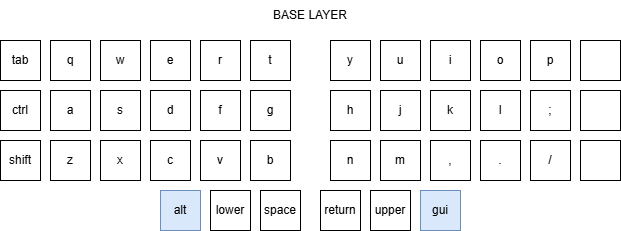
Before: Laybout.png, a diagram exported from draw.io (nlarsen31/zmk-config). Source tidied: cells renumbered, new cells last; positions are measured from the earlier drawing's top-left corner, leaving out a move shared by most shapes.
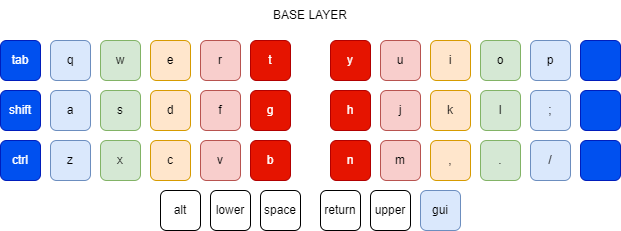
Later version of the same file.

Diff of the diagram source:
```diff
@@ -2,133 +2,133 @@
   <root>
     <mxCell id="0" />
     <mxCell id="1" parent="0" />
-    <mxCell id="2" value="tab" style="rounded=0;whiteSpace=wrap;html=1;" parent="1" vertex="1">
+    <mxCell id="2" value="tab" style="rounded=1;whiteSpace=wrap;html=1;fillColor=#0050ef;strokeColor=#001DBC;glass=0;shadow=0;fontColor=#ffffff;" parent="1" vertex="1">
       <mxGeometry y="40" width="40" height="40" as="geometry" />
     </mxCell>
-    <mxCell id="3" value="q" style="rounded=0;whiteSpace=wrap;html=1;" parent="1" vertex="1">
+    <mxCell id="3" value="q" style="rounded=1;whiteSpace=wrap;html=1;fillColor=#dae8fc;strokeColor=#6c8ebf;" parent="1" vertex="1">
       <mxGeometry x="50" y="40" width="40" height="40" as="geometry" />
     </mxCell>
-    <mxCell id="4" value="w" style="rounded=0;whiteSpace=wrap;html=1;" parent="1" vertex="1">
+    <mxCell id="4" value="w" style="rounded=1;whiteSpace=wrap;html=1;fillColor=#d5e8d4;strokeColor=#82b366;" parent="1" vertex="1">
       <mxGeometry x="100" y="40" width="40" height="40" as="geometry" />
     </mxCell>
-    <mxCell id="5" value="e" style="rounded=0;whiteSpace=wrap;html=1;" parent="1" vertex="1">
+    <mxCell id="5" value="e" style="rounded=1;whiteSpace=wrap;html=1;fillColor=#ffe6cc;strokeColor=#d79b00;" parent="1" vertex="1">
       <mxGeometry x="150" y="40" width="40" height="40" as="geometry" />
     </mxCell>
-    <mxCell id="6" value="r" style="rounded=0;whiteSpace=wrap;html=1;" parent="1" vertex="1">
+    <mxCell id="6" value="r" style="rounded=1;whiteSpace=wrap;html=1;fillColor=#f8cecc;strokeColor=#b85450;" parent="1" vertex="1">
       <mxGeometry x="200" y="40" width="40" height="40" as="geometry" />
     </mxCell>
-    <mxCell id="7" value="t" style="rounded=0;whiteSpace=wrap;html=1;" parent="1" vertex="1">
+    <mxCell id="7" value="t" style="rounded=1;whiteSpace=wrap;html=1;fillColor=#e51400;strokeColor=#B20000;fontColor=#ffffff;" parent="1" vertex="1">
       <mxGeometry x="250" y="40" width="40" height="40" as="geometry" />
     </mxCell>
-    <mxCell id="8" value="ctrl" style="rounded=0;whiteSpace=wrap;html=1;" parent="1" vertex="1">
+    <mxCell id="8" value="shift" style="rounded=1;whiteSpace=wrap;html=1;fillColor=#0050ef;strokeColor=#001DBC;glass=0;shadow=0;fontColor=#ffffff;" parent="1" vertex="1">
       <mxGeometry y="90" width="40" height="40" as="geometry" />
     </mxCell>
-    <mxCell id="9" value="a" style="rounded=0;whiteSpace=wrap;html=1;" parent="1" vertex="1">
+    <mxCell id="9" value="a" style="rounded=1;whiteSpace=wrap;html=1;fillColor=#dae8fc;strokeColor=#6c8ebf;" parent="1" vertex="1">
       <mxGeometry x="50" y="90" width="40" height="40" as="geometry" />
     </mxCell>
-    <mxCell id="10" value="s" style="rounded=0;whiteSpace=wrap;html=1;" parent="1" vertex="1">
+    <mxCell id="10" value="s" style="rounded=1;whiteSpace=wrap;html=1;fillColor=#d5e8d4;strokeColor=#82b366;" parent="1" vertex="1">
       <mxGeometry x="100" y="90" width="40" height="40" as="geometry" />
     </mxCell>
-    <mxCell id="11" value="d" style="rounded=0;whiteSpace=wrap;html=1;" parent="1" vertex="1">
+    <mxCell id="11" value="d" style="rounded=1;whiteSpace=wrap;html=1;fillColor=#ffe6cc;strokeColor=#d79b00;" parent="1" vertex="1">
       <mxGeometry x="150" y="90" width="40" height="40" as="geometry" />
     </mxCell>
-    <mxCell id="12" value="f" style="rounded=0;whiteSpace=wrap;html=1;" parent="1" vertex="1">
+    <mxCell id="12" value="f" style="rounded=1;whiteSpace=wrap;html=1;fillColor=#f8cecc;strokeColor=#b85450;" parent="1" vertex="1">
       <mxGeometry x="200" y="90" width="40" height="40" as="geometry" />
     </mxCell>
-    <mxCell id="13" value="g" style="rounded=0;whiteSpace=wrap;html=1;" parent="1" vertex="1">
+    <mxCell id="13" value="g" style="rounded=1;whiteSpace=wrap;html=1;fillColor=#e51400;strokeColor=#B20000;fontColor=#ffffff;" parent="1" vertex="1">
       <mxGeometry x="250" y="90" width="40" height="40" as="geometry" />
     </mxCell>
-    <mxCell id="14" value="shift" style="rounded=0;whiteSpace=wrap;html=1;" parent="1" vertex="1">
+    <mxCell id="14" value="ctrl" style="rounded=1;whiteSpace=wrap;html=1;fillColor=#0050ef;strokeColor=#001DBC;glass=0;shadow=0;fontColor=#ffffff;" parent="1" vertex="1">
       <mxGeometry y="140" width="40" height="40" as="geometry" />
     </mxCell>
-    <mxCell id="15" value="z" style="rounded=0;whiteSpace=wrap;html=1;" parent="1" vertex="1">
+    <mxCell id="15" value="z" style="rounded=1;whiteSpace=wrap;html=1;fillColor=#dae8fc;strokeColor=#6c8ebf;" parent="1" vertex="1">
       <mxGeometry x="50" y="140" width="40" height="40" as="geometry" />
     </mxCell>
-    <mxCell id="16" value="x" style="rounded=0;whiteSpace=wrap;html=1;" parent="1" vertex="1">
+    <mxCell id="16" value="x" style="rounded=1;whiteSpace=wrap;html=1;fillColor=#d5e8d4;strokeColor=#82b366;" parent="1" vertex="1">
       <mxGeometry x="100" y="140" width="40" height="40" as="geometry" />
     </mxCell>
-    <mxCell id="17" value="c" style="rounded=0;whiteSpace=wrap;html=1;" parent="1" vertex="1">
+    <mxCell id="17" value="c" style="rounded=1;whiteSpace=wrap;html=1;fillColor=#ffe6cc;strokeColor=#d79b00;" parent="1" vertex="1">
       <mxGeometry x="150" y="140" width="40" height="40" as="geometry" />
     </mxCell>
-    <mxCell id="18" value="v" style="rounded=0;whiteSpace=wrap;html=1;" parent="1" vertex="1">
+    <mxCell id="18" value="v" style="rounded=1;whiteSpace=wrap;html=1;fillColor=#f8cecc;strokeColor=#b85450;" parent="1" vertex="1">
       <mxGeometry x="200" y="140" width="40" height="40" as="geometry" />
     </mxCell>
-    <mxCell id="19" value="b" style="rounded=0;whiteSpace=wrap;html=1;" parent="1" vertex="1">
+    <mxCell id="19" value="b" style="rounded=1;whiteSpace=wrap;html=1;fillColor=#e51400;strokeColor=#B20000;fontColor=#ffffff;" parent="1" vertex="1">
       <mxGeometry x="250" y="140" width="40" height="40" as="geometry" />
     </mxCell>
-    <mxCell id="20" value="y" style="rounded=0;whiteSpace=wrap;html=1;" parent="1" vertex="1">
+    <mxCell id="20" value="y" style="rounded=1;whiteSpace=wrap;html=1;fillColor=#e51400;strokeColor=#B20000;fontColor=#ffffff;" parent="1" vertex="1">
       <mxGeometry x="330" y="40" width="40" height="40" as="geometry" />
     </mxCell>
-    <mxCell id="21" value="u" style="rounded=0;whiteSpace=wrap;html=1;" parent="1" vertex="1">
+    <mxCell id="21" value="u" style="rounded=1;whiteSpace=wrap;html=1;fillColor=#f8cecc;strokeColor=#b85450;" parent="1" vertex="1">
       <mxGeometry x="380" y="40" width="40" height="40" as="geometry" />
     </mxCell>
-    <mxCell id="22" value="i" style="rounded=0;whiteSpace=wrap;html=1;" parent="1" vertex="1">
+    <mxCell id="22" value="i" style="rounded=1;whiteSpace=wrap;html=1;fillColor=#ffe6cc;strokeColor=#d79b00;" parent="1" vertex="1">
       <mxGeometry x="430" y="40" width="40" height="40" as="geometry" />
     </mxCell>
-    <mxCell id="23" value="o" style="rounded=0;whiteSpace=wrap;html=1;" parent="1" vertex="1">
+    <mxCell id="23" value="o" style="rounded=1;whiteSpace=wrap;html=1;fillColor=#d5e8d4;strokeColor=#82b366;" parent="1" vertex="1">
       <mxGeometry x="480" y="40" width="40" height="40" as="geometry" />
     </mxCell>
-    <mxCell id="24" value="p" style="rounded=0;whiteSpace=wrap;html=1;" parent="1" vertex="1">
+    <mxCell id="24" value="p" style="rounded=1;whiteSpace=wrap;html=1;fillColor=#dae8fc;strokeColor=#6c8ebf;" parent="1" vertex="1">
       <mxGeometry x="530" y="40" width="40" height="40" as="geometry" />
     </mxCell>
-    <mxCell id="25" style="rounded=0;whiteSpace=wrap;html=1;" parent="1" vertex="1">
+    <mxCell id="25" style="rounded=1;whiteSpace=wrap;html=1;fillColor=#0050ef;strokeColor=#001DBC;fontColor=#ffffff;" parent="1" vertex="1">
       <mxGeometry x="580" y="40" width="40" height="40" as="geometry" />
     </mxCell>
-    <mxCell id="26" value="h" style="rounded=0;whiteSpace=wrap;html=1;" parent="1" vertex="1">
+    <mxCell id="26" value="h" style="rounded=1;whiteSpace=wrap;html=1;fillColor=#e51400;strokeColor=#B20000;fontColor=#ffffff;" parent="1" vertex="1">
       <mxGeometry x="330" y="90" width="40" height="40" as="geometry" />
     </mxCell>
-    <mxCell id="27" value="j" style="rounded=0;whiteSpace=wrap;html=1;" parent="1" vertex="1">
+    <mxCell id="27" value="j" style="rounded=1;whiteSpace=wrap;html=1;fillColor=#f8cecc;strokeColor=#b85450;" parent="1" vertex="1">
       <mxGeometry x="380" y="90" width="40" height="40" as="geometry" />
     </mxCell>
-    <mxCell id="28" value="k" style="rounded=0;whiteSpace=wrap;html=1;" parent="1" vertex="1">
+    <mxCell id="28" value="k" style="rounded=1;whiteSpace=wrap;html=1;fillColor=#ffe6cc;strokeColor=#d79b00;" parent="1" vertex="1">
       <mxGeometry x="430" y="90" width="40" height="40" as="geometry" />
     </mxCell>
-    <mxCell id="29" value="l" style="rounded=0;whiteSpace=wrap;html=1;" parent="1" vertex="1">
+    <mxCell id="29" value="l" style="rounded=1;whiteSpace=wrap;html=1;fillColor=#d5e8d4;strokeColor=#82b366;" parent="1" vertex="1">
       <mxGeometry x="480" y="90" width="40" height="40" as="geometry" />
     </mxCell>
-    <mxCell id="30" value=";" style="rounded=0;whiteSpace=wrap;html=1;" parent="1" vertex="1">
+    <mxCell id="30" value=";" style="rounded=1;whiteSpace=wrap;html=1;fillColor=#dae8fc;strokeColor=#6c8ebf;" parent="1" vertex="1">
       <mxGeometry x="530" y="90" width="40" height="40" as="geometry" />
     </mxCell>
-    <mxCell id="31" style="rounded=0;whiteSpace=wrap;html=1;" parent="1" vertex="1">
+    <mxCell id="31" style="rounded=1;whiteSpace=wrap;html=1;fillColor=#0050ef;strokeColor=#001DBC;fontColor=#ffffff;" parent="1" vertex="1">
       <mxGeometry x="580" y="90" width="40" height="40" as="geometry" />
     </mxCell>
-    <mxCell id="32" value="n" style="rounded=0;whiteSpace=wrap;html=1;" parent="1" vertex="1">
+    <mxCell id="32" value="n" style="rounded=1;whiteSpace=wrap;html=1;fillColor=#e51400;strokeColor=#B20000;fontColor=#ffffff;" parent="1" vertex="1">
       <mxGeometry x="330" y="140" width="40" height="40" as="geometry" />
     </mxCell>
-    <mxCell id="33" value="m" style="rounded=0;whiteSpace=wrap;html=1;" parent="1" vertex="1">
+    <mxCell id="33" value="m" style="rounded=1;whiteSpace=wrap;html=1;fillColor=#f8cecc;strokeColor=#b85450;" parent="1" vertex="1">
       <mxGeometry x="380" y="140" width="40" height="40" as="geometry" />
     </mxCell>
-    <mxCell id="34" value="," style="rounded=0;whiteSpace=wrap;html=1;" parent="1" vertex="1">
+    <mxCell id="34" value="," style="rounded=1;whiteSpace=wrap;html=1;fillColor=#ffe6cc;strokeColor=#d79b00;" parent="1" vertex="1">
       <mxGeometry x="430" y="140" width="40" height="40" as="geometry" />
     </mxCell>
-    <mxCell id="35" value="." style="rounded=0;whiteSpace=wrap;html=1;" parent="1" vertex="1">
+    <mxCell id="35" value="." style="rounded=1;whiteSpace=wrap;html=1;fillColor=#d5e8d4;strokeColor=#82b366;" parent="1" vertex="1">
       <mxGeometry x="480" y="140" width="40" height="40" as="geometry" />
     </mxCell>
-    <mxCell id="36" value="/" style="rounded=0;whiteSpace=wrap;html=1;" parent="1" vertex="1">
+    <mxCell id="36" value="/" style="rounded=1;whiteSpace=wrap;html=1;fillColor=#dae8fc;strokeColor=#6c8ebf;" parent="1" vertex="1">
       <mxGeometry x="530" y="140" width="40" height="40" as="geometry" />
     </mxCell>
-    <mxCell id="37" style="rounded=0;whiteSpace=wrap;html=1;" parent="1" vertex="1">
+    <mxCell id="37" style="rounded=1;whiteSpace=wrap;html=1;fillColor=#0050ef;strokeColor=#001DBC;fontColor=#ffffff;" parent="1" vertex="1">
       <mxGeometry x="580" y="140" width="40" height="40" as="geometry" />
     </mxCell>
-    <mxCell id="38" value="alt" style="rounded=0;whiteSpace=wrap;html=1;fillColor=#dae8fc;strokeColor=#6c8ebf;" parent="1" vertex="1">
+    <mxCell id="38" value="alt" style="rounded=1;whiteSpace=wrap;html=1;" parent="1" vertex="1">
       <mxGeometry x="160" y="190" width="40" height="40" as="geometry" />
     </mxCell>
-    <mxCell id="39" value="lower" style="rounded=0;whiteSpace=wrap;html=1;" parent="1" vertex="1">
+    <mxCell id="39" value="lower" style="rounded=1;whiteSpace=wrap;html=1;" parent="1" vertex="1">
       <mxGeometry x="210" y="190" width="40" height="40" as="geometry" />
     </mxCell>
-    <mxCell id="40" value="space" style="rounded=0;whiteSpace=wrap;html=1;" parent="1" vertex="1">
+    <mxCell id="40" value="space" style="rounded=1;whiteSpace=wrap;html=1;" parent="1" vertex="1">
       <mxGeometry x="260" y="190" width="40" height="40" as="geometry" />
     </mxCell>
-    <mxCell id="41" value="return" style="rounded=0;whiteSpace=wrap;html=1;" parent="1" vertex="1">
+    <mxCell id="41" value="return" style="rounded=1;whiteSpace=wrap;html=1;" parent="1" vertex="1">
       <mxGeometry x="320" y="190" width="40" height="40" as="geometry" />
     </mxCell>
-    <mxCell id="42" value="upper" style="rounded=0;whiteSpace=wrap;html=1;" parent="1" vertex="1">
+    <mxCell id="42" value="upper" style="rounded=1;whiteSpace=wrap;html=1;" parent="1" vertex="1">
       <mxGeometry x="370" y="190" width="40" height="40" as="geometry" />
     </mxCell>
-    <mxCell id="43" value="gui" style="rounded=0;whiteSpace=wrap;html=1;fillColor=#dae8fc;strokeColor=#6c8ebf;" parent="1" vertex="1">
+    <mxCell id="43" value="gui" style="rounded=1;whiteSpace=wrap;html=1;fillColor=#dae8fc;strokeColor=#6c8ebf;" parent="1" vertex="1">
       <mxGeometry x="420" y="190" width="40" height="40" as="geometry" />
     </mxCell>
-    <mxCell id="44" value="BASE LAYER" style="text;html=1;align=center;verticalAlign=middle;whiteSpace=wrap;rounded=0;" parent="1" vertex="1">
+    <mxCell id="44" value="BASE LAYER" style="text;html=1;align=center;verticalAlign=middle;whiteSpace=wrap;rounded=1;" parent="1" vertex="1">
       <mxGeometry width="620" height="30" as="geometry" />
     </mxCell>
   </root>
```
